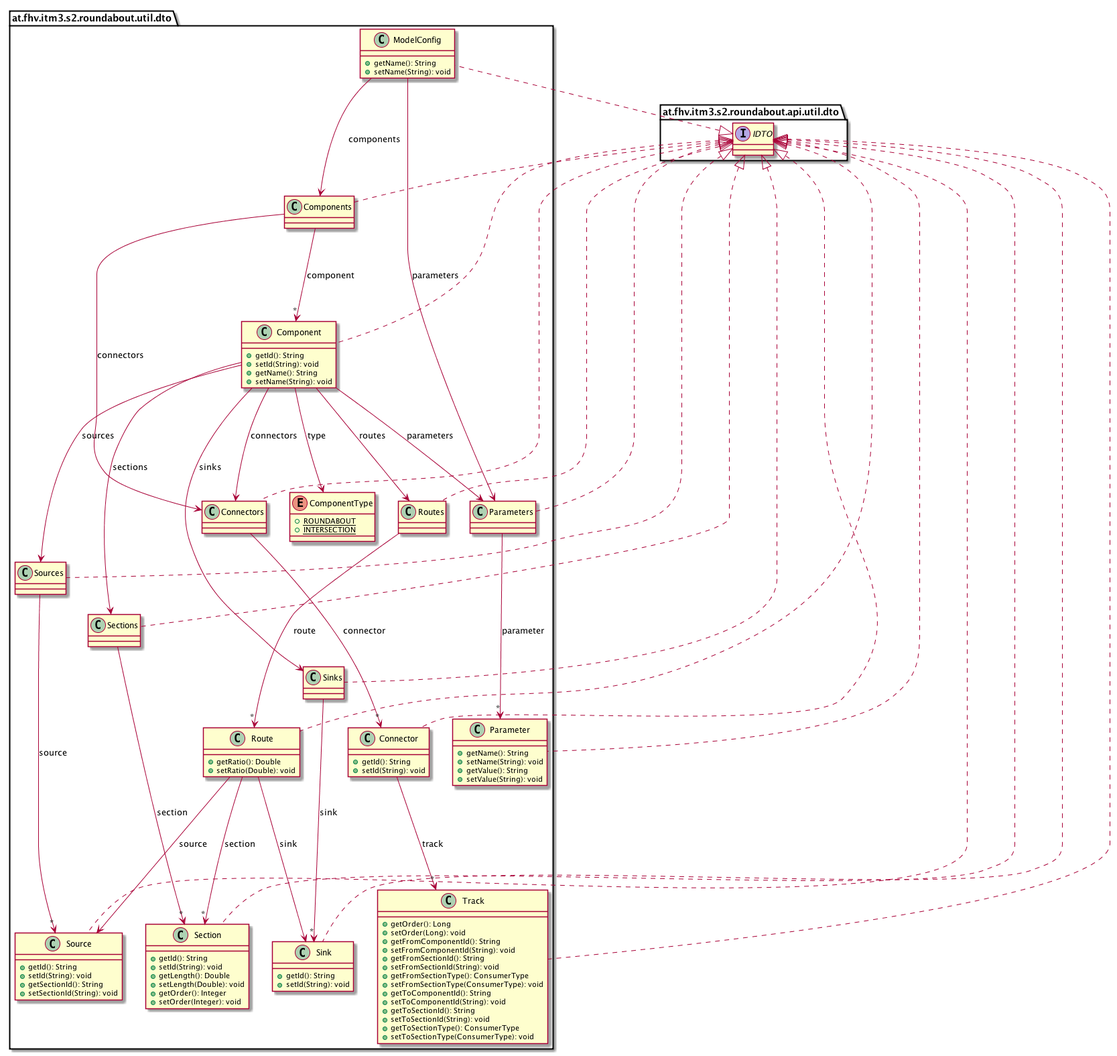
The PlantUML diagram images/uml-class/at.fhv.itm3.s2.roundabout.util.dto.package.png in sereGkaluv/Roundabout-Simulation-Library, before a commit.
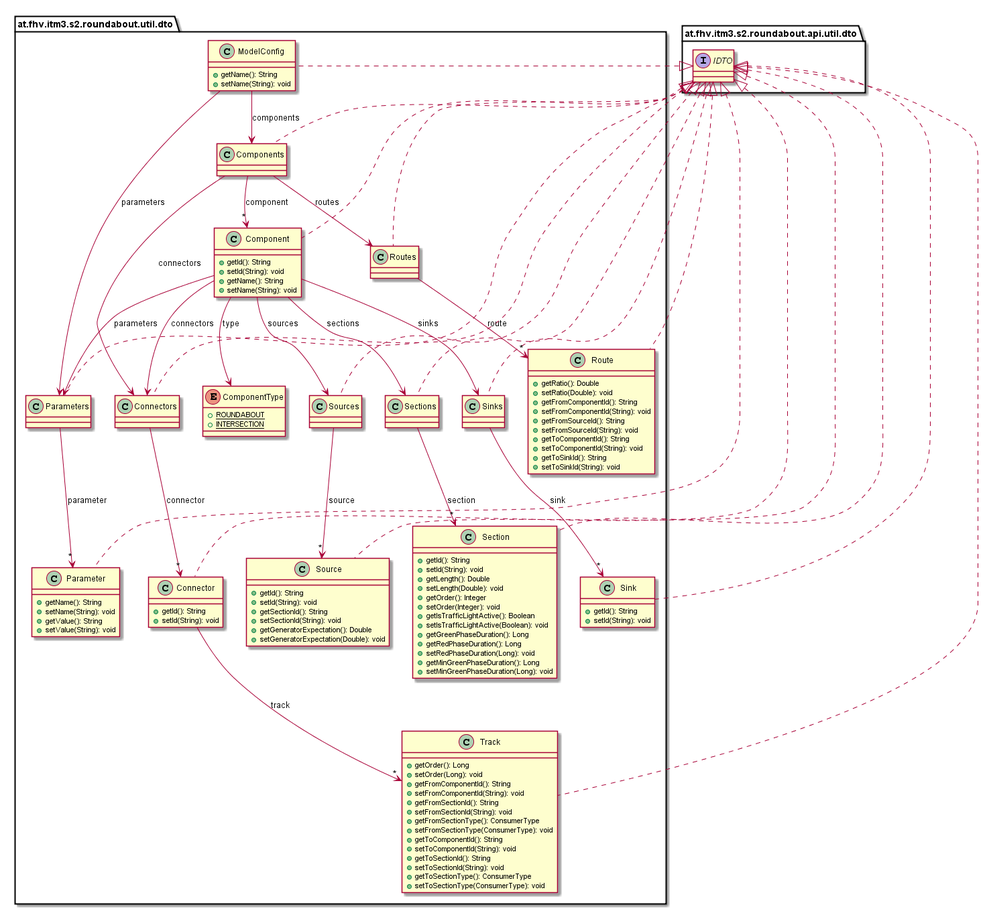
After the commit.

What changed in the source:
```diff
@@ -1,79 +1,6 @@
 @startuml
 
     namespace at.fhv.itm3.s2.roundabout.util.dto {
-
-        class Sources [[../../../../../at/fhv/itm3/s2/roundabout/util/dto/Sources.html]] {
-        }
-
-        class Parameters [[../../../../../at/fhv/itm3/s2/roundabout/util/dto/Parameters.html]] {
-        }
-
-        class Source [[../../../../../at/fhv/itm3/s2/roundabout/util/dto/Source.html]] {
-            +getId(): String
-            +setId(String): void
-            +getSectionId(): String
-            +setSectionId(String): void
-        }
-
-        class Section [[../../../../../at/fhv/itm3/s2/roundabout/util/dto/Section.html]] {
-            +getId(): String
-            +setId(String): void
-            +getLength(): Double
-            +setLength(Double): void
-            +getOrder(): Integer
-            +setOrder(Integer): void
-        }
-
-        class Connector [[../../../../../at/fhv/itm3/s2/roundabout/util/dto/Connector.html]] {
-            +getId(): String
-            +setId(String): void
-        }
-
-        class Sinks [[../../../../../at/fhv/itm3/s2/roundabout/util/dto/Sinks.html]] {
-        }
-
-        class Component [[../../../../../at/fhv/itm3/s2/roundabout/util/dto/Component.html]] {
-            +getId(): String
-            +setId(String): void
-            +getName(): String
-            +setName(String): void
-        }
-
-        class Sink [[../../../../../at/fhv/itm3/s2/roundabout/util/dto/Sink.html]] {
-            +getId(): String
-            +setId(String): void
-        }
-
-        class Route [[../../../../../at/fhv/itm3/s2/roundabout/util/dto/Route.html]] {
-            +getRatio(): Double
-            +setRatio(Double): void
-        }
-
-        class Sections [[../../../../../at/fhv/itm3/s2/roundabout/util/dto/Sections.html]] {
-        }
-
-        class Connectors [[../../../../../at/fhv/itm3/s2/roundabout/util/dto/Connectors.html]] {
-        }
-
-        class Components [[../../../../../at/fhv/itm3/s2/roundabout/util/dto/Components.html]] {
-        }
-
-        enum ComponentType [[../../../../../at/fhv/itm3/s2/roundabout/util/dto/ComponentType.html]] {
-            {static} +ROUNDABOUT
-            {static} +INTERSECTION
-        }
-
-        class ModelConfig [[../../../../../at/fhv/itm3/s2/roundabout/util/dto/ModelConfig.html]] {
-            +getName(): String
-            +setName(String): void
-        }
-
-        class Parameter [[../../../../../at/fhv/itm3/s2/roundabout/util/dto/Parameter.html]] {
-            +getName(): String
-            +setName(String): void
-            +getValue(): String
-            +setValue(String): void
-        }
 
         class Track [[../../../../../at/fhv/itm3/s2/roundabout/util/dto/Track.html]] {
             +getOrder(): Long
@@ -92,49 +19,155 @@
             +setToSectionType(ConsumerType): void
         }
 
+        class Sources [[../../../../../at/fhv/itm3/s2/roundabout/util/dto/Sources.html]] {
+        }
+
+        class Source [[../../../../../at/fhv/itm3/s2/roundabout/util/dto/Source.html]] {
+            +getId(): String
+            +setId(String): void
+            +getSectionId(): String
+            +setSectionId(String): void
+            +getGeneratorExpectation(): Double
+            +setGeneratorExpectation(Double): void
+        }
+
+        class Sinks [[../../../../../at/fhv/itm3/s2/roundabout/util/dto/Sinks.html]] {
+        }
+
+        class Sink [[../../../../../at/fhv/itm3/s2/roundabout/util/dto/Sink.html]] {
+            +getId(): String
+            +setId(String): void
+        }
+
+        class Sections [[../../../../../at/fhv/itm3/s2/roundabout/util/dto/Sections.html]] {
+        }
+
+        class Section [[../../../../../at/fhv/itm3/s2/roundabout/util/dto/Section.html]] {
+            +getId(): String
+            +setId(String): void
+            +getLength(): Double
+            +setLength(Double): void
+            +getOrder(): Integer
+            +setOrder(Integer): void
+            +getIsTrafficLightActive(): Boolean
+            +setIsTrafficLightActive(Boolean): void
+            +getGreenPhaseDuration(): Long
+            +getRedPhaseDuration(): Long
+            +setRedPhaseDuration(Long): void
+            +getMinGreenPhaseDuration(): Long
+            +setMinGreenPhaseDuration(Long): void
+        }
+
         class Routes [[../../../../../at/fhv/itm3/s2/roundabout/util/dto/Routes.html]] {
         }
 
+        class Route [[../../../../../at/fhv/itm3/s2/roundabout/util/dto/Route.html]] {
+            +getRatio(): Double
+            +setRatio(Double): void
+            +getFromComponentId(): String
+            +setFromComponentId(String): void
+            +getFromSourceId(): String
+            +setFromSourceId(String): void
+            +getToComponentId(): String
+            +setToComponentId(String): void
+            +getToSinkId(): String
+            +setToSinkId(String): void
+        }
+
+        class Parameters [[../../../../../at/fhv/itm3/s2/roundabout/util/dto/Parameters.html]] {
+        }
+
+        class Parameter [[../../../../../at/fhv/itm3/s2/roundabout/util/dto/Parameter.html]] {
+            +getName(): String
+            +setName(String): void
+            +getValue(): String
+            +setValue(String): void
+        }
+
+        class ModelConfig [[../../../../../at/fhv/itm3/s2/roundabout/util/dto/ModelConfig.html]] {
+            +getName(): String
+            +setName(String): void
+        }
+
+        class Connectors [[../../../../../at/fhv/itm3/s2/roundabout/util/dto/Connectors.html]] {
+        }
+
+        class Connector [[../../../../../at/fhv/itm3/s2/roundabout/util/dto/Connector.html]] {
+            +getId(): String
+            +setId(String): void
+        }
+
+        enum ComponentType [[../../../../../at/fhv/itm3/s2/roundabout/util/dto/ComponentType.html]] {
+            {static} +ROUNDABOUT
+            {static} +INTERSECTION
+        }
+
+        class Components [[../../../../../at/fhv/itm3/s2/roundabout/util/dto/Components.html]] {
+        }
+
+        class Component [[../../../../../at/fhv/itm3/s2/roundabout/util/dto/Component.html]] {
+            +getId(): String
+            +setId(String): void
+            +getName(): String
+            +setName(String): void
+        }
+
         interface at.fhv.itm3.s2.roundabout.api.util.dto.IDTO
+        at.fhv.itm3.s2.roundabout.api.util.dto.IDTO <|.. Track
+
         at.fhv.itm3.s2.roundabout.api.util.dto.IDTO <|.. Sources
+
+        at.fhv.itm3.s2.roundabout.api.util.dto.IDTO <|.. Source
+
+        at.fhv.itm3.s2.roundabout.api.util.dto.IDTO <|.. Sinks
+
+        at.fhv.itm3.s2.roundabout.api.util.dto.IDTO <|.. Sink
+
+        at.fhv.itm3.s2.roundabout.api.util.dto.IDTO <|.. Sections
+
+        at.fhv.itm3.s2.roundabout.api.util.dto.IDTO <|.. Section
+
+        at.fhv.itm3.s2.roundabout.api.util.dto.IDTO <|.. Routes
+
+        at.fhv.itm3.s2.roundabout.api.util.dto.IDTO <|.. Route
 
         at.fhv.itm3.s2.roundabout.api.util.dto.IDTO <|.. Parameters
 
-        at.fhv.itm3.s2.roundabout.api.util.dto.IDTO <|.. Source
+        at.fhv.itm3.s2.roundabout.api.util.dto.IDTO <|.. Parameter
 
-        at.fhv.itm3.s2.roundabout.api.util.dto.IDTO <|.. Section
+        at.fhv.itm3.s2.roundabout.api.util.dto.IDTO <|.. ModelConfig
+
+        at.fhv.itm3.s2.roundabout.api.util.dto.IDTO <|.. Connectors
 
         at.fhv.itm3.s2.roundabout.api.util.dto.IDTO <|.. Connector
 
-        at.fhv.itm3.s2.roundabout.api.util.dto.IDTO <|.. Sinks
+        at.fhv.itm3.s2.roundabout.api.util.dto.IDTO <|.. Components
 
         at.fhv.itm3.s2.roundabout.api.util.dto.IDTO <|.. Component
 
-        at.fhv.itm3.s2.roundabout.api.util.dto.IDTO <|.. Sink
+        Sources --> "*" Source: source
 
-        at.fhv.itm3.s2.roundabout.api.util.dto.IDTO <|.. Route
+        Sinks --> "*" Sink: sink
 
-        at.fhv.itm3.s2.roundabout.api.util.dto.IDTO <|.. Sections
+        Sections --> "*" Section: section
 
-        at.fhv.itm3.s2.roundabout.api.util.dto.IDTO <|.. Connectors
-
-        at.fhv.itm3.s2.roundabout.api.util.dto.IDTO <|.. Components
-
-        at.fhv.itm3.s2.roundabout.api.util.dto.IDTO <|.. ModelConfig
-
-        at.fhv.itm3.s2.roundabout.api.util.dto.IDTO <|.. Parameter
-
-        at.fhv.itm3.s2.roundabout.api.util.dto.IDTO <|.. Track
-
-        at.fhv.itm3.s2.roundabout.api.util.dto.IDTO <|.. Routes
-
-        Sources --> "*" Source: source
+        Routes --> "*" Route: route
 
         Parameters --> "*" Parameter: parameter
 
+        ModelConfig --> Parameters: parameters
+
+        ModelConfig --> Components: components
+
+        Connectors --> "*" Connector: connector
+
         Connector --> "*" Track: track
 
-        Sinks --> "*" Sink: sink
+        Components --> "*" Component: component
+
+        Components --> Connectors: connectors
+
+        Components --> Routes: routes
 
         Component --> ComponentType: type
 
@@ -148,28 +181,6 @@
 
         Component --> Connectors: connectors
 
-        Component --> Routes: routes
-
-        Route --> Source: source
-
-        Route --> Sink: sink
-
-        Route --> "*" Section: section
-
-        Sections --> "*" Section: section
-
-        Connectors --> "*" Connector: connector
-
-        Components --> "*" Component: component
-
-        Components --> Connectors: connectors
-
-        ModelConfig --> Parameters: parameters
-
-        ModelConfig --> Components: components
-
-        Routes --> "*" Route: route
-
     }
 
 @enduml
```
